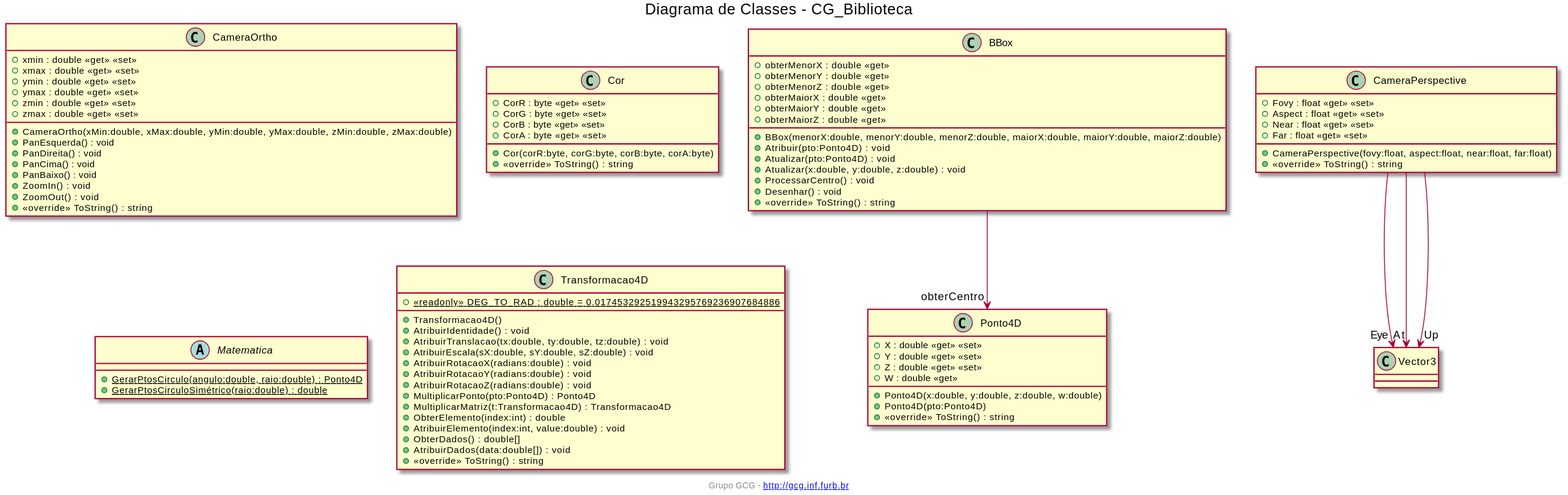
greifegerste/disciplinaCgNot keeps this PlantUML diagram as CG_Biblioteca/svg/plantUML/CG_Biblioteca.svg. Above is the earlier version.
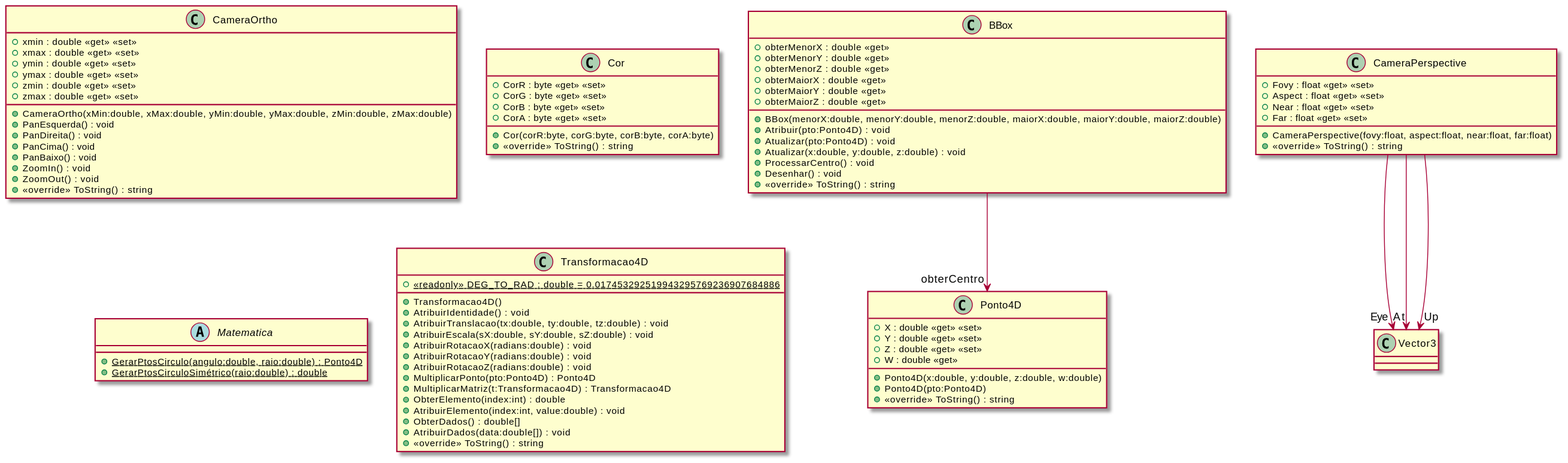
The same file after the commit.

Diff of the diagram source:
```diff
@@ -1,8 +1,83 @@
 @startuml CG_Biblioteca
-
-title Diagrama de Classes - CG_Biblioteca
-footer Grupo GCG - [[http://gcg.inf.furb.br]]
-
-!include ./include.wsd
-
+class BBox {
+    + BBox(menorX:double, menorY:double, menorZ:double, maiorX:double, maiorY:double, maiorZ:double)
+    + Atribuir(pto:Ponto4D) : void
+    + Atualizar(pto:Ponto4D) : void
+    + Atualizar(x:double, y:double, z:double) : void
+    + ProcessarCentro() : void
+    + Desenhar() : void
+    + obterMenorX : double <<get>>
+    + obterMenorY : double <<get>>
+    + obterMenorZ : double <<get>>
+    + obterMaiorX : double <<get>>
+    + obterMaiorY : double <<get>>
+    + obterMaiorZ : double <<get>>
+    + <<override>> ToString() : string
+}
+BBox --> "obterCentro" Ponto4D
+class CameraOrtho {
+    + CameraOrtho(xMin:double, xMax:double, yMin:double, yMax:double, zMin:double, zMax:double)
+    + xmin : double <<get>> <<set>>
+    + xmax : double <<get>> <<set>>
+    + ymin : double <<get>> <<set>>
+    + ymax : double <<get>> <<set>>
+    + zmin : double <<get>> <<set>>
+    + zmax : double <<get>> <<set>>
+    + PanEsquerda() : void
+    + PanDireita() : void
+    + PanCima() : void
+    + PanBaixo() : void
+    + ZoomIn() : void
+    + ZoomOut() : void
+    + <<override>> ToString() : string
+}
+class CameraPerspective {
+    + CameraPerspective(fovy:float, aspect:float, near:float, far:float)
+    + Fovy : float <<get>> <<set>>
+    + Aspect : float <<get>> <<set>>
+    + Near : float <<get>> <<set>>
+    + Far : float <<get>> <<set>>
+    + <<override>> ToString() : string
+}
+CameraPerspective --> "Eye" Vector3
+CameraPerspective --> "At" Vector3
+CameraPerspective --> "Up" Vector3
+class Cor {
+    + Cor(corR:byte, corG:byte, corB:byte, corA:byte)
+    + <<override>> ToString() : string
+    + CorR : byte <<get>> <<set>>
+    + CorG : byte <<get>> <<set>>
+    + CorB : byte <<get>> <<set>>
+    + CorA : byte <<get>> <<set>>
+}
+abstract class Matematica {
+    + {static} GerarPtosCirculo(angulo:double, raio:double) : Ponto4D
+    + {static} GerarPtosCirculoSimétrico(raio:double) : double
+}
+class Ponto4D {
+    + Ponto4D(x:double, y:double, z:double, w:double)
+    + Ponto4D(pto:Ponto4D)
+    + X : double <<get>> <<set>>
+    + Y : double <<get>> <<set>>
+    + Z : double <<get>> <<set>>
+    + W : double <<get>>
+    + <<override>> ToString() : string
+}
+class Transformacao4D {
+    {static} + <<readonly>> DEG_TO_RAD : double = 0.017453292519943295769236907684886
+    + Transformacao4D()
+    + AtribuirIdentidade() : void
+    + AtribuirTranslacao(tx:double, ty:double, tz:double) : void
+    + AtribuirEscala(sX:double, sY:double, sZ:double) : void
+    + AtribuirRotacaoX(radians:double) : void
+    + AtribuirRotacaoY(radians:double) : void
+    + AtribuirRotacaoZ(radians:double) : void
+    + MultiplicarPonto(pto:Ponto4D) : Ponto4D
+    + MultiplicarMatriz(t:Transformacao4D) : Transformacao4D
+    + ObterElemento(index:int) : double
+    + AtribuirElemento(index:int, value:double) : void
+    + ObterDados() : double[]
+    + AtribuirDados(data:double[]) : void
+    + <<override>> ToString() : string
+}
 @enduml
```
